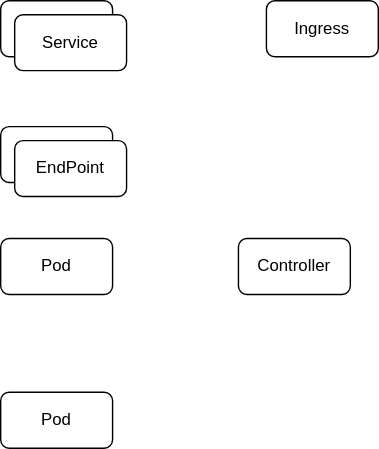
Above: K8s资源关联关系.drawio.svg in NewerLsg/GitBook (draw.io), before the change. Source tidied: cells renumbered, new cells last; positions are measured from the earlier drawing's top-left corner, leaving out a move shared by most shapes.
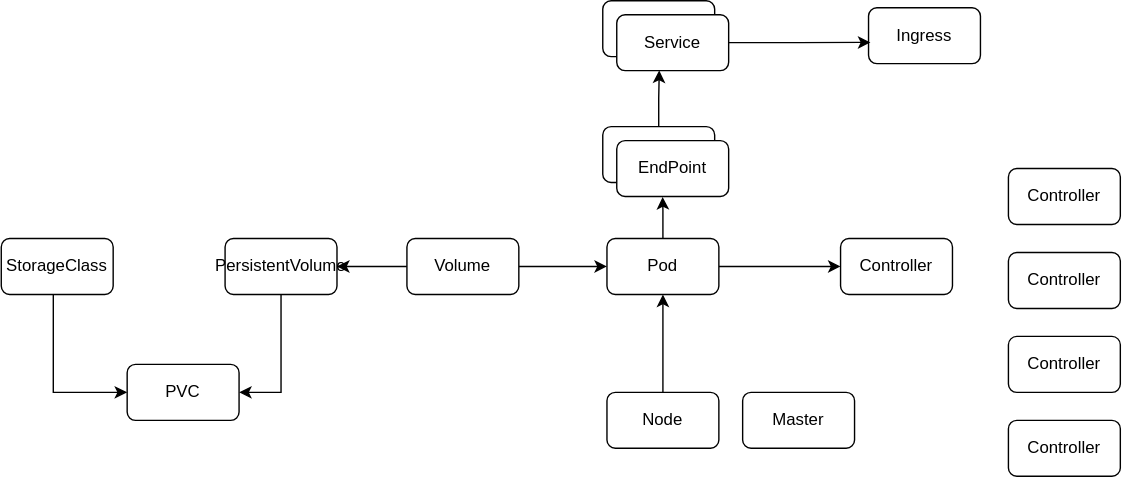
After the change.

Commit message:
更新K8s资源关联关系.drawio.svg

Diff of the diagram source:
```diff
@@ -2,9 +2,18 @@
   <root>
     <mxCell id="0" />
     <mxCell id="1" parent="0" />
+    <mxCell id="10" style="edgeStyle=orthogonalEdgeStyle;rounded=0;jettySize=auto;html=1;entryX=0;entryY=0.5;entryDx=0;entryDy=0;" parent="1" edge="1" source="2" target="9">
+      <mxGeometry relative="1" as="geometry" />
+    </mxCell>
+    <mxCell id="11" style="edgeStyle=orthogonalEdgeStyle;rounded=0;jettySize=auto;html=1;entryX=0.41;entryY=1.007;entryDx=0;entryDy=0;entryPerimeter=0;" parent="1" edge="1" source="2" target="6">
+      <mxGeometry relative="1" as="geometry" />
+    </mxCell>
     <mxCell id="2" value="Pod" style="rounded=1;whiteSpace=wrap;html=1;" parent="1" vertex="1">
-      <mxGeometry y="170" width="80" height="40" as="geometry" />
+      <mxGeometry x="3" y="170" width="80" height="40" as="geometry" />
     </mxCell>
+    <mxCell id="12" style="edgeStyle=orthogonalEdgeStyle;rounded=0;jettySize=auto;html=1;entryX=0.38;entryY=0.995;entryDx=0;entryDy=0;entryPerimeter=0;" parent="1" edge="1" source="3" target="7">
+      <mxGeometry relative="1" as="geometry" />
+    </mxCell>
     <mxCell id="3" value="EndPoint" style="rounded=1;whiteSpace=wrap;html=1;" parent="1" vertex="1">
       <mxGeometry y="90" width="80" height="40" as="geometry" />
     </mxCell>
@@ -12,19 +21,67 @@
       <mxGeometry width="80" height="40" as="geometry" />
     </mxCell>
     <mxCell id="5" value="Ingress" style="rounded=1;whiteSpace=wrap;html=1;" parent="1" vertex="1">
-      <mxGeometry x="190" width="80" height="40" as="geometry" />
+      <mxGeometry x="190" y="5" width="80" height="40" as="geometry" />
     </mxCell>
     <mxCell id="6" value="EndPoint" style="rounded=1;whiteSpace=wrap;html=1;" parent="1" vertex="1">
       <mxGeometry x="10" y="100" width="80" height="40" as="geometry" />
     </mxCell>
+    <mxCell id="13" style="edgeStyle=orthogonalEdgeStyle;rounded=0;jettySize=auto;html=1;entryX=0.017;entryY=0.62;entryDx=0;entryDy=0;entryPerimeter=0;" parent="1" edge="1" source="7" target="5">
+      <mxGeometry relative="1" as="geometry" />
+    </mxCell>
     <mxCell id="7" value="Service" style="rounded=1;whiteSpace=wrap;html=1;" parent="1" vertex="1">
       <mxGeometry x="10" y="10" width="80" height="40" as="geometry" />
     </mxCell>
+    <mxCell id="14" style="edgeStyle=orthogonalEdgeStyle;rounded=0;jettySize=auto;html=1;entryX=0.5;entryY=1;entryDx=0;entryDy=0;" parent="1" edge="1" source="8" target="2">
+      <mxGeometry relative="1" as="geometry" />
+    </mxCell>
-    <mxCell id="8" value="Pod" style="rounded=1;whiteSpace=wrap;html=1;" parent="1" vertex="1">
-      <mxGeometry y="280" width="80" height="40" as="geometry" />
+    <mxCell id="8" value="Node" style="rounded=1;whiteSpace=wrap;html=1;" parent="1" vertex="1">
+      <mxGeometry x="3" y="280" width="80" height="40" as="geometry" />
     </mxCell>
     <mxCell id="9" value="Controller" style="rounded=1;whiteSpace=wrap;html=1;" parent="1" vertex="1">
       <mxGeometry x="170" y="170" width="80" height="40" as="geometry" />
     </mxCell>
+    <mxCell id="15" value="Master" style="rounded=1;whiteSpace=wrap;html=1;" parent="1" vertex="1">
+      <mxGeometry x="100" y="280" width="80" height="40" as="geometry" />
+    </mxCell>
+    <mxCell id="16" value="Controller" style="rounded=1;whiteSpace=wrap;html=1;" parent="1" vertex="1">
+      <mxGeometry x="290" y="120" width="80" height="40" as="geometry" />
+    </mxCell>
+    <mxCell id="17" value="Controller" style="rounded=1;whiteSpace=wrap;html=1;" parent="1" vertex="1">
+      <mxGeometry x="290" y="180" width="80" height="40" as="geometry" />
+    </mxCell>
+    <mxCell id="18" value="Controller" style="rounded=1;whiteSpace=wrap;html=1;" parent="1" vertex="1">
+      <mxGeometry x="290" y="240" width="80" height="40" as="geometry" />
+    </mxCell>
+    <mxCell id="19" value="Controller" style="rounded=1;whiteSpace=wrap;html=1;" parent="1" vertex="1">
+      <mxGeometry x="290" y="300" width="80" height="40" as="geometry" />
+    </mxCell>
+    <mxCell id="20" style="edgeStyle=orthogonalEdgeStyle;rounded=0;orthogonalLoop=1;jettySize=auto;html=1;exitX=0.5;exitY=1;exitDx=0;exitDy=0;" parent="1" edge="1" source="18" target="18">
+      <mxGeometry relative="1" as="geometry" />
+    </mxCell>
+    <mxCell id="21" style="edgeStyle=orthogonalEdgeStyle;rounded=0;jettySize=auto;html=1;entryX=1;entryY=0.5;entryDx=0;entryDy=0;" parent="1" edge="1" source="23" target="25">
+      <mxGeometry relative="1" as="geometry" />
+    </mxCell>
+    <mxCell id="22" style="edgeStyle=orthogonalEdgeStyle;rounded=0;jettySize=auto;html=1;" parent="1" edge="1" source="23" target="2">
+      <mxGeometry relative="1" as="geometry" />
+    </mxCell>
+    <mxCell id="23" value="Volume" style="rounded=1;whiteSpace=wrap;html=1;" parent="1" vertex="1">
+      <mxGeometry x="-140" y="170" width="80" height="40" as="geometry" />
+    </mxCell>
+    <mxCell id="24" style="edgeStyle=orthogonalEdgeStyle;rounded=0;jettySize=auto;html=1;entryX=1;entryY=0.5;entryDx=0;entryDy=0;" parent="1" edge="1" source="25" target="26">
+      <mxGeometry relative="1" as="geometry" />
+    </mxCell>
+    <mxCell id="25" value="PersistentVolume" style="rounded=1;whiteSpace=wrap;html=1;" parent="1" vertex="1">
+      <mxGeometry x="-270" y="170" width="80" height="40" as="geometry" />
+    </mxCell>
+    <mxCell id="26" value="PVC" style="rounded=1;whiteSpace=wrap;html=1;" parent="1" vertex="1">
+      <mxGeometry x="-340" y="260" width="80" height="40" as="geometry" />
+    </mxCell>
+    <mxCell id="27" style="edgeStyle=orthogonalEdgeStyle;rounded=0;jettySize=auto;html=1;entryX=0;entryY=0.5;entryDx=0;entryDy=0;exitX=0.465;exitY=0.983;exitDx=0;exitDy=0;exitPerimeter=0;" parent="1" edge="1" source="28" target="26">
+      <mxGeometry relative="1" as="geometry" />
+    </mxCell>
+    <mxCell id="28" value="StorageClass" style="rounded=1;whiteSpace=wrap;html=1;" parent="1" vertex="1">
+      <mxGeometry x="-430" y="170" width="80" height="40" as="geometry" />
+    </mxCell>
   </root>
 </mxGraphModel>
```
